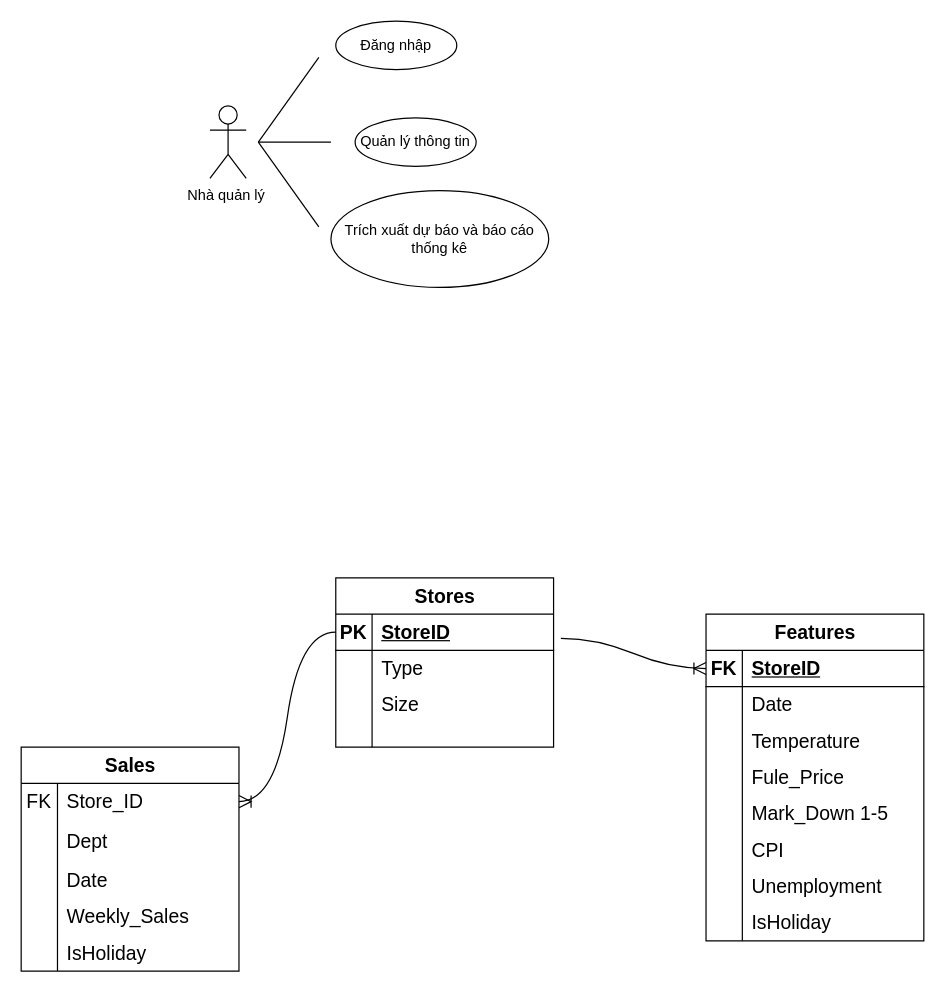
Above: page "Trang-1" (1 of 2) of ĐẶC TẢ HỆ THỐNG.drawio in LeVanAnh0301/Forecasting-Revenue-Wizard (draw.io), before the change. Source tidied: cells renumbered, new cells numbered last; positions are measured from the earlier drawing's top-left corner, leaving out a move shared by most shapes. Both pictures are drawn from the tidied source at 121%, with x=0, y=0 at pixel (21, 21).
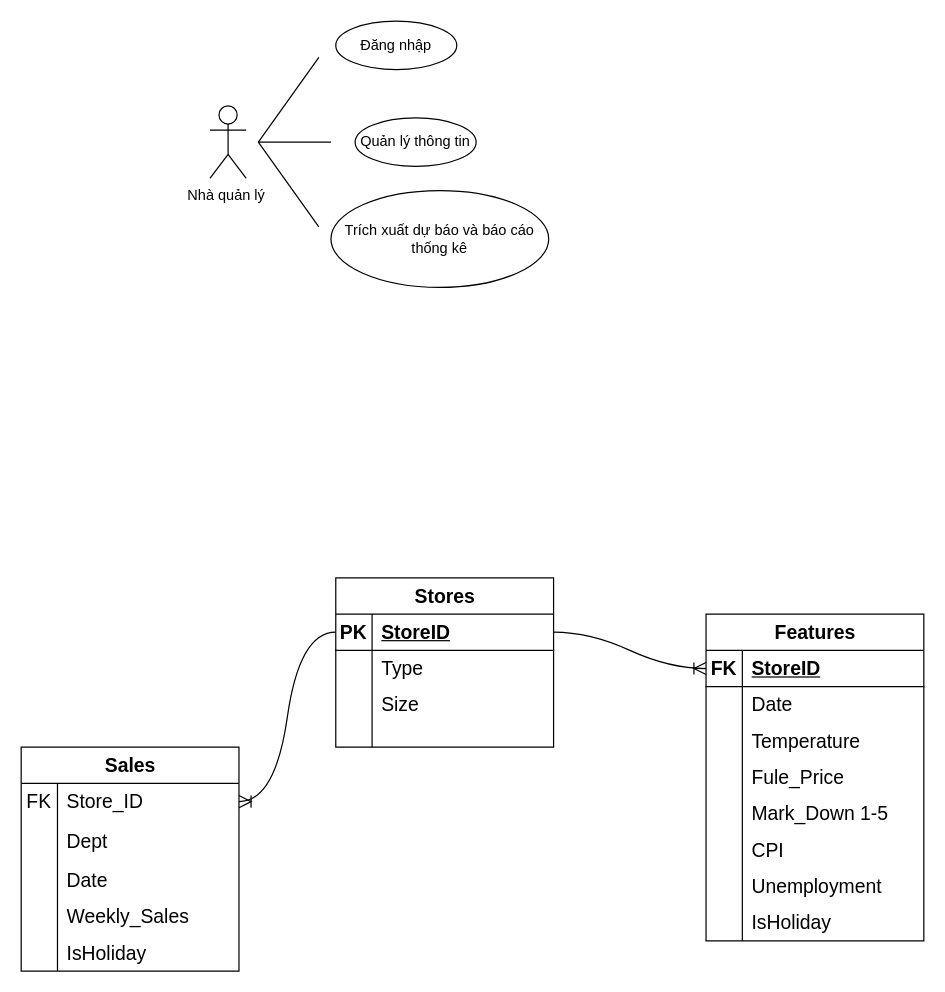
Above is the later version.

Unchanged cells that the change refers to:
```xml
<mxCell id="10" style="shape=tableRow;horizontal=0;startSize=0;swimlaneHead=0;swimlaneBody=0;fillColor=none;points=[[0,0.5],[1,0.5]];portConstraint=eastwest;top=0;left=0;right=0;bottom=1;fontSize=16;" parent="9" vertex="1">
  <mxGeometry y="30" width="180" height="30" as="geometry" />
</mxCell>
<mxCell id="51" style="shape=tableRow;horizontal=0;startSize=0;swimlaneHead=0;swimlaneBody=0;fillColor=none;points=[[0,0.5],[1,0.5]];portConstraint=eastwest;top=0;left=0;right=0;bottom=1;fontSize=16;" parent="50" vertex="1">
  <mxGeometry y="30" width="180" height="30" as="geometry" />
</mxCell>
```

Change to the diagram source:
```diff
@@
-    <mxCell id="64" style="edgeStyle=entityRelationEdgeStyle;fontSize=12;html=1;endArrow=ERoneToMany;rounded=0;startSize=8;endSize=8;curved=1;entryX=0;entryY=0.5;entryDx=0;entryDy=0;" parent="1" edge="1" target="10">
-      <mxGeometry relative="1" as="geometry">
-        <mxPoint x="446" y="510" as="sourcePoint" />
-      </mxGeometry>
+    <mxCell id="64" style="edgeStyle=entityRelationEdgeStyle;fontSize=12;html=1;endArrow=ERoneToMany;rounded=0;startSize=8;endSize=8;curved=1;entryX=0;entryY=0.5;entryDx=0;entryDy=0;exitX=1;exitY=0.5;exitDx=0;exitDy=0;" parent="1" edge="1" source="51" target="10">
+      <mxGeometry relative="1" as="geometry" />
     </mxCell>
```
